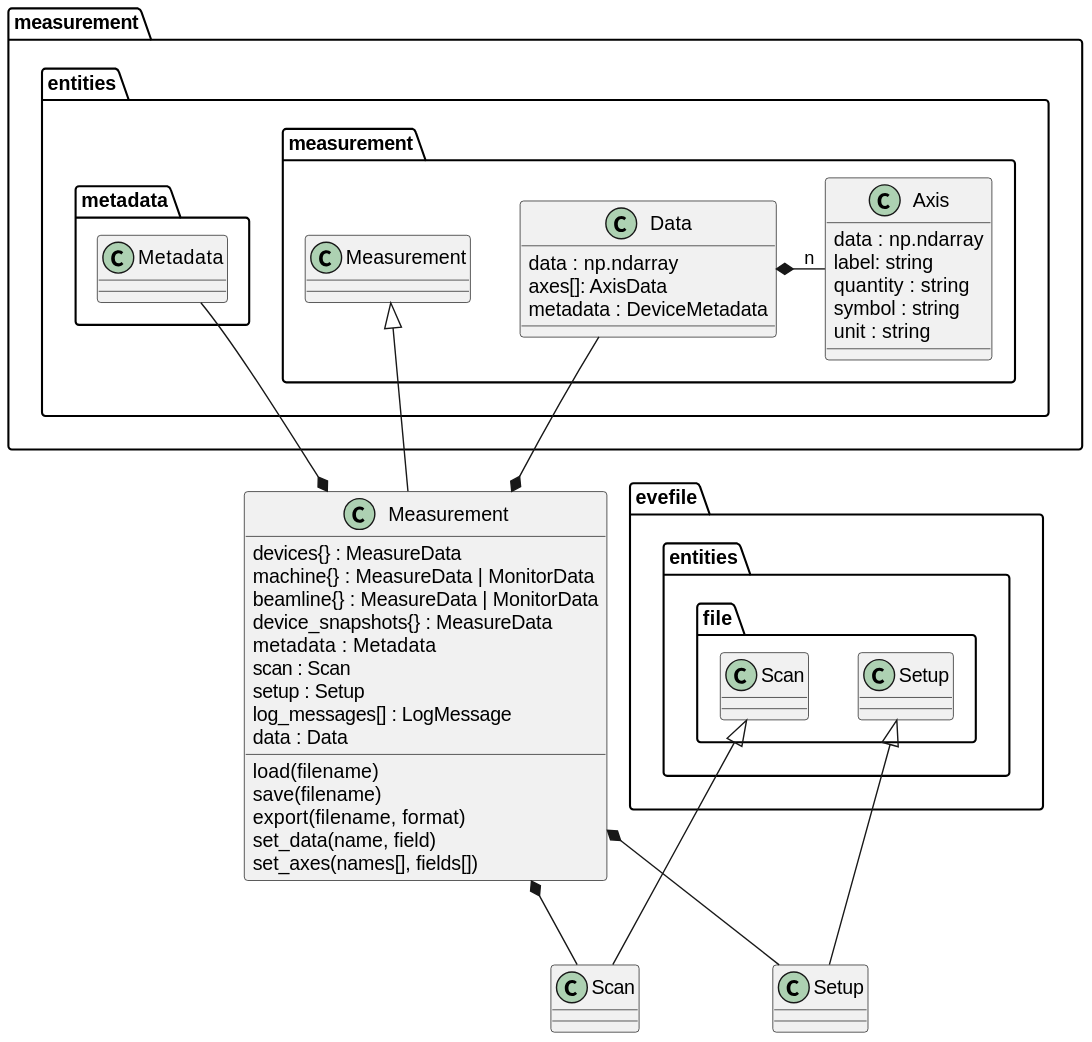
tillbiskup/evedata keeps this PlantUML diagram as docs/uml/evedata.measurement.boundaries.measurement.svg. Above is the earlier version.
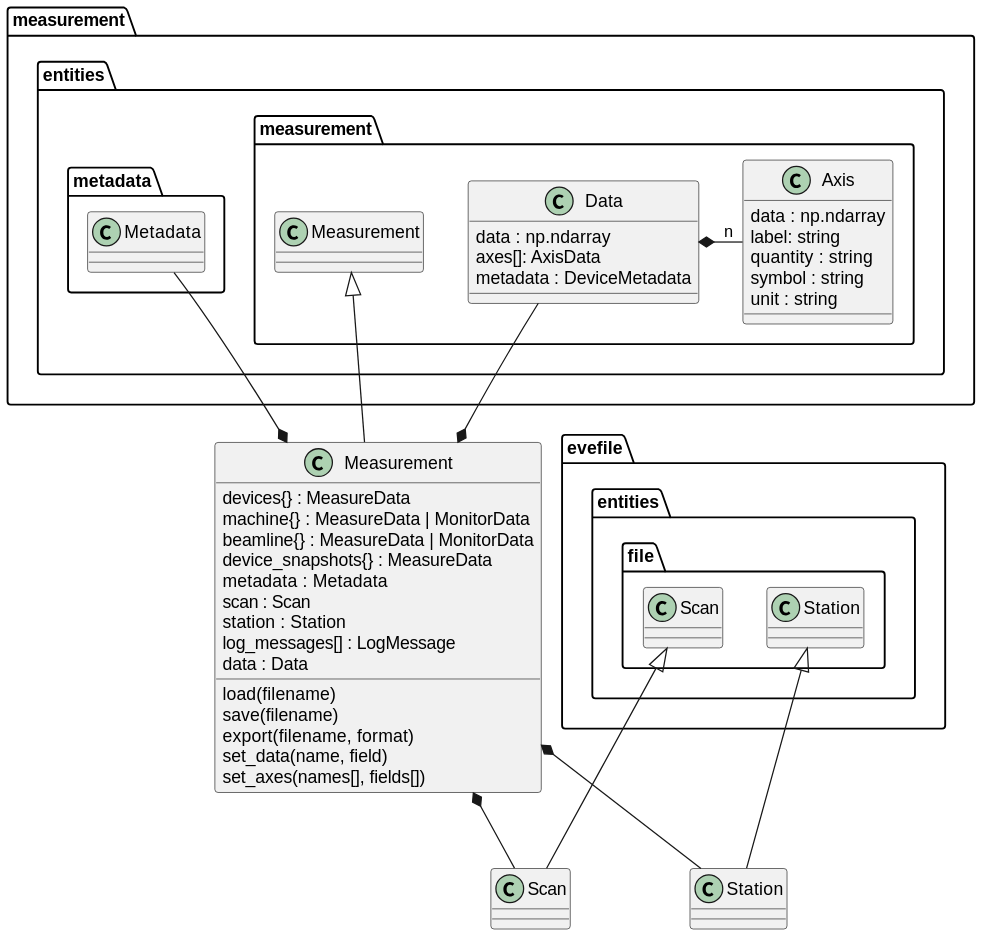
Above is the later version.

The edit, as a diff of the source:
```diff
@@ -7,7 +7,7 @@
     device_snapshots{} : MeasureData
     metadata : Metadata
     scan : Scan
-    setup : Setup
+    station : Station
     log_messages[] : LogMessage
     data : Data
 
@@ -20,17 +20,17 @@
 
 Measurement *-- measurement.entities.metadata.Metadata
 Measurement *-- Scan
-Measurement *-- Setup
+Measurement *-- Station
 
 class evefile.entities.file.Scan {
 }
 
-class evefile.entities.file.Setup {
+class evefile.entities.file.Station {
 }
 
 class Scan extends evefile.entities.file.Scan
 
-class Setup extends evefile.entities.file.Setup
+class Station extends evefile.entities.file.Station
 
 class measurement.entities.measurement.Data {
     data : np.ndarray
```
